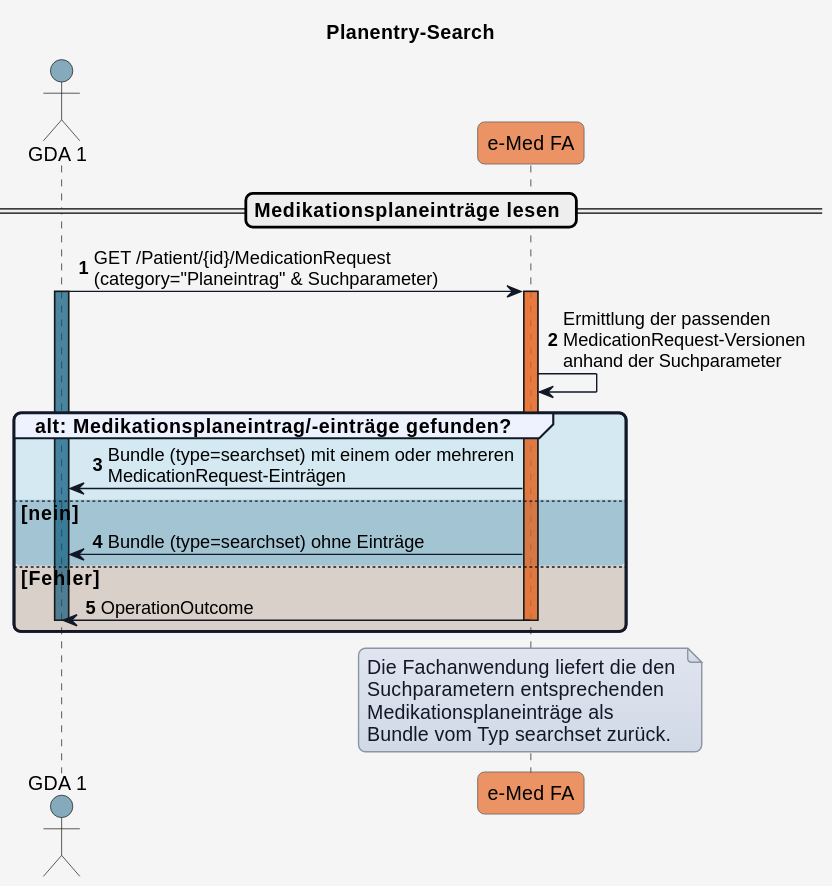
The PlantUML diagram r4-ELGA-e-Medikation-BO_rework_use_case_2/plantuml/UC_eMed_01_04.svg in HL7Austria/hl7austria.github.io, before a commit. The source it was exported from:
```plantuml
@startuml
title Planentry-Search

skinparam borderColor #000000
skinparam backgroundColor #f5f5f5
skinparam shadowing false
skinparam roundCorner 10
skinparam defaultFontName "Arial"
skinparam defaultFontSize 14
skinparam defaultFontColor #000000
skinparam HyperlinkColor #0000EE
skinparam HyperlinkUnderline false
skinparam BoxPadding 20
skinparam BoxBorderColor #555555

skinparam note {
  BackgroundColor #e0e5f0-#d1d9e6
  BorderColor #8b95a5
  BorderThickness 1
  RoundCorner 0
  Padding 6
  FontColor #111827
  Shadowing false
}

skinparam sequence {
  ParticipantBorderColor #555555
  ParticipantBackgroundColor #ffffff
  ParticipantFontColor #000000
  ParticipantFontSize 14
  ParticipantPadding 20
  ArrowColor #111827
  ArrowThickness 1
  ArrowFontColor #000000
  ArrowFontSize 13
  GroupBorderColor #111827
  GroupBackgroundColor #eef2ff
  GroupBorderThickness 2
}

!define COLOR_GDA_1    #15608280
!define COLOR_PATIENT  #196B2480
!define COLOR_EMED_FA  #e97232bd

!define COLOR_OK       #0F9ED525
!define COLOR_OK_2     #34738d4e
!define COLOR_ERROR    #E9713235

actor GDA_1 as "GDA 1" COLOR_GDA_1
participant eMed_FA as "e-Med FA" COLOR_EMED_FA

autonumber

== Medikationsplaneinträge lesen ==

GDA_1 -> eMed_FA: GET /Patient/{id}/MedicationRequest\n(category="Planeintrag" & Suchparameter)
activate GDA_1 COLOR_GDA_1

activate eMed_FA COLOR_EMED_FA
eMed_FA -> eMed_FA: Ermittlung der passenden\nMedicationRequest-Versionen\nanhand der Suchparameter

group COLOR_OK alt: Medikationsplaneintrag/-einträge gefunden?
  eMed_FA -> GDA_1: Bundle (type=searchset) mit einem oder mehreren\nMedicationRequest-Einträgen
else COLOR_OK_2 nein
  eMed_FA -> GDA_1: Bundle (type=searchset) ohne Einträge
else COLOR_ERROR Fehler
  eMed_FA -> GDA_1: OperationOutcome
  deactivate GDA_1
  deactivate eMed_FA
end

note over eMed_FA
Die Fachanwendung liefert die den
Suchparametern entsprechenden
Medikationsplaneinträge als
Bundle vom Typ searchset zurück.
end note

deactivate GDA_1
deactivate eMed_FA
@enduml
```
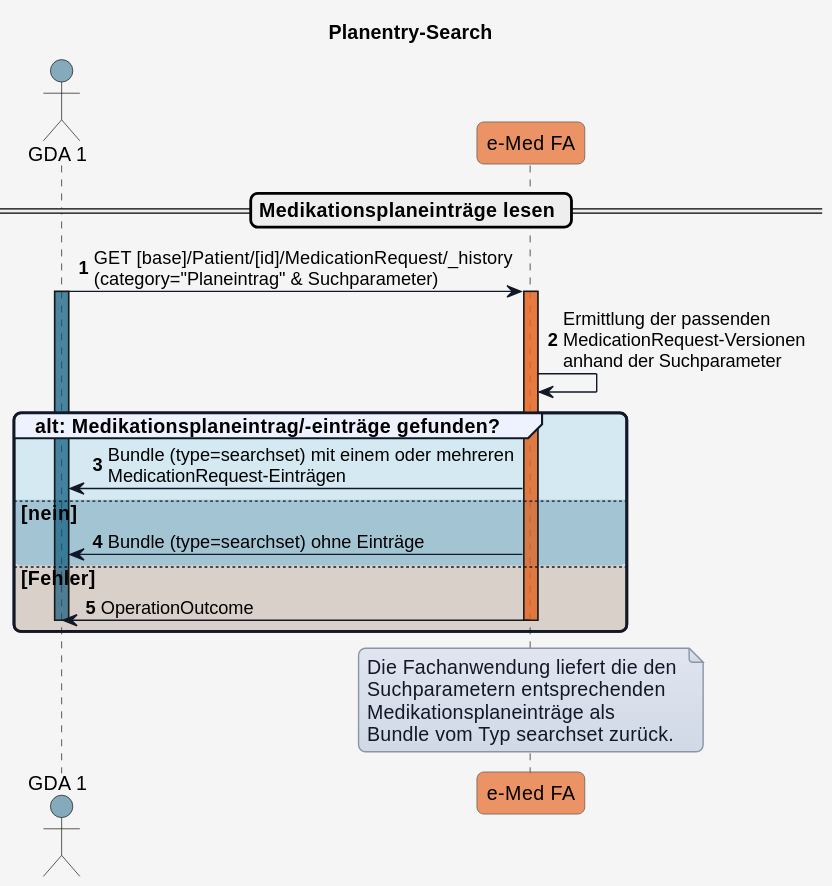
Above is the later version.

What changed in the source:
```diff
@@ -53,7 +53,7 @@
 
 == Medikationsplaneinträge lesen ==
 
-GDA_1 -> eMed_FA: GET /Patient/{id}/MedicationRequest\n(category="Planeintrag" & Suchparameter)
+GDA_1 -> eMed_FA: GET [base]/Patient/[id]/MedicationRequest/_history\n(category="Planeintrag" & Suchparameter)
 activate GDA_1 COLOR_GDA_1
 
 activate eMed_FA COLOR_EMED_FA
```
